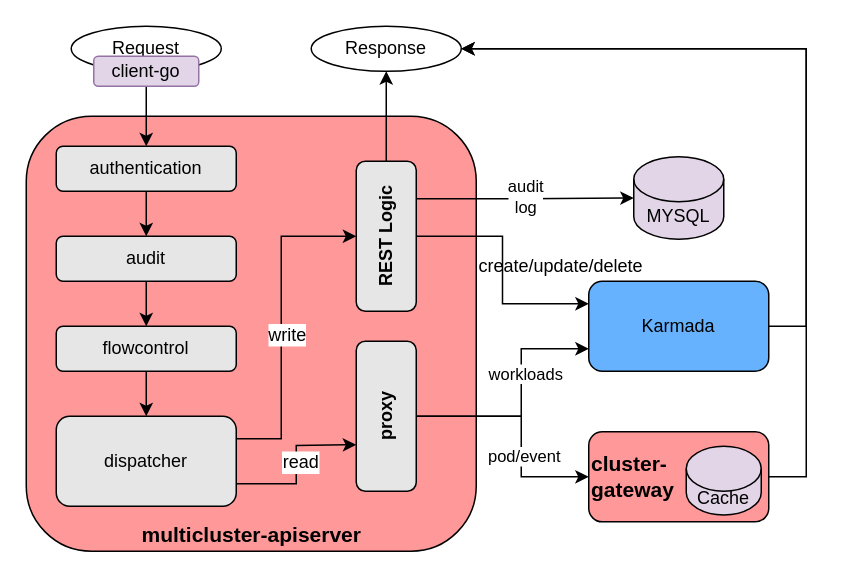
This is docs/casestudies/static/xiaohongshu_05.drawio from RainbowMango/website-3, a draw.io file, before an edit. Source tidied: cells renumbered, new cells numbered last; positions are measured from the earlier drawing's top-left corner, leaving out a move shared by most shapes. Both pictures are drawn from the tidied source at 150%, with x=0, y=0 at pixel (26, 26).
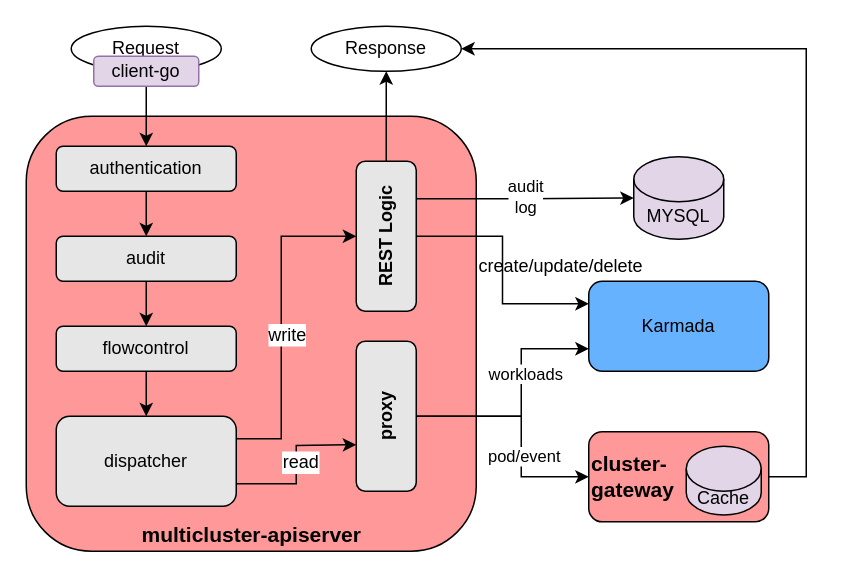
Above is the later version.

Unchanged cells that the change refers to:
```xml
<mxCell id="20" value="Karmada" style="rounded=1;whiteSpace=wrap;html=1;fillColor=#66B2FF;shadow=0;glass=0;" parent="1" vertex="1">
  <mxGeometry x="375" y="170" width="120" height="60" as="geometry" />
</mxCell>
<mxCell id="28" value="Response" style="strokeWidth=1;html=1;shape=mxgraph.flowchart.start_1;whiteSpace=wrap;" parent="1" vertex="1">
  <mxGeometry x="190" width="100" height="30" as="geometry" />
</mxCell>
```

The edit, as a diff of the source:
```diff
@@
-    <mxCell id="35" style="edgeStyle=orthogonalEdgeStyle;rounded=0;jettySize=auto;html=1;entryX=1;entryY=0.5;entryDx=0;entryDy=0;entryPerimeter=0;" parent="1" edge="1" source="20" target="28">
-      <mxGeometry relative="1" as="geometry">
-        <Array as="points">
-          <mxPoint x="520" y="200" />
-          <mxPoint x="520" y="15" />
-        </Array>
-      </mxGeometry>
-    </mxCell>
```
